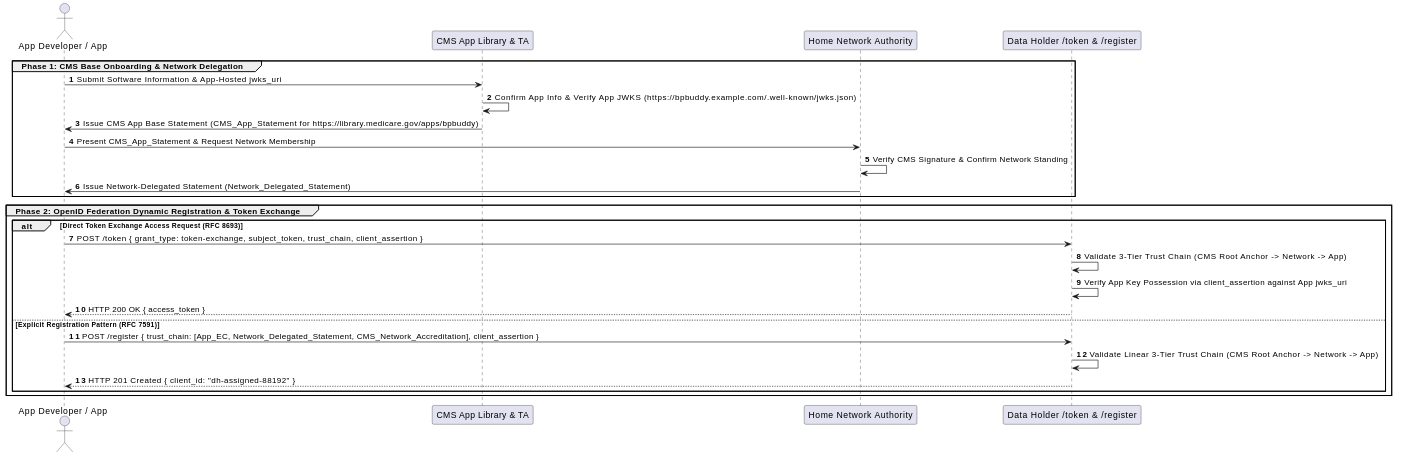
This is input/images/registration-openid-federation.svg from alex-dzeda/can-ig, a PlantUML export, as it was before one commit. The source it was exported from:
```plantuml
@startuml
scale max 1000 width
autonumber
actor "App Developer / App" as App
participant "CMS App Library & TA" as CMS
participant "Home Network Authority" as Network
participant "Data Holder /token & /register" as DH

group Phase 1: CMS Base Onboarding & Network Delegation
App -> CMS: Submit Software Information & App-Hosted jwks_uri
CMS -> CMS: Confirm App Info & Verify App JWKS (https://bpbuddy.example.com/.well-known/jwks.json)
CMS -> App: Issue CMS App Base Statement (CMS_App_Statement for https://library.medicare.gov/apps/bpbuddy)
App -> Network: Present CMS_App_Statement & Request Network Membership
Network -> Network: Verify CMS Signature & Confirm Network Standing
Network -> App: Issue Network-Delegated Statement (Network_Delegated_Statement)
end

group Phase 2: OpenID Federation Dynamic Registration & Token Exchange
alt Direct Token Exchange Access Request (RFC 8693)
App -> DH: POST /token { grant_type: token-exchange, subject_token, trust_chain, client_assertion }
DH -> DH: Validate 3-Tier Trust Chain (CMS Root Anchor -> Network -> App)
DH -> DH: Verify App Key Possession via client_assertion against App jwks_uri
DH --> App: HTTP 200 OK { access_token }
else Explicit Registration Pattern (RFC 7591)
App -> DH: POST /register { trust_chain: [App_EC, Network_Delegated_Statement, CMS_Network_Accreditation], client_assertion }
DH -> DH: Validate Linear 3-Tier Trust Chain (CMS Root Anchor -> Network -> App)
DH --> App: HTTP 201 Created { client_id: "dh-assigned-88192" }
end
end
@enduml
```
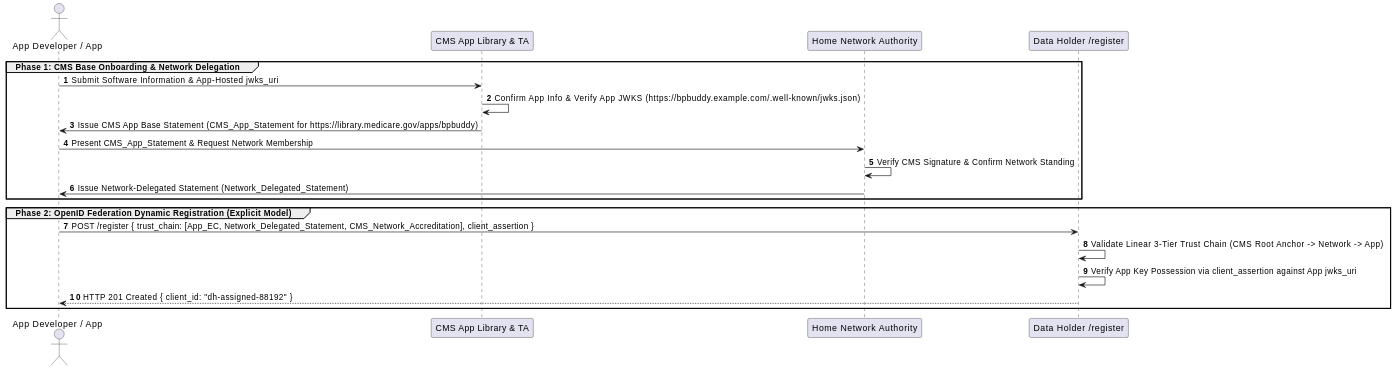
After the commit.

Diff of the diagram source:
```diff
@@ -4,7 +4,7 @@
 actor "App Developer / App" as App
 participant "CMS App Library & TA" as CMS
 participant "Home Network Authority" as Network
-participant "Data Holder /token & /register" as DH
+participant "Data Holder /register" as DH
 
 group Phase 1: CMS Base Onboarding & Network Delegation
 App -> CMS: Submit Software Information & App-Hosted jwks_uri
@@ -15,16 +15,10 @@
 Network -> App: Issue Network-Delegated Statement (Network_Delegated_Statement)
 end
 
-group Phase 2: OpenID Federation Dynamic Registration & Token Exchange
-alt Direct Token Exchange Access Request (RFC 8693)
-App -> DH: POST /token { grant_type: token-exchange, subject_token, trust_chain, client_assertion }
-DH -> DH: Validate 3-Tier Trust Chain (CMS Root Anchor -> Network -> App)
-DH -> DH: Verify App Key Possession via client_assertion against App jwks_uri
-DH --> App: HTTP 200 OK { access_token }
-else Explicit Registration Pattern (RFC 7591)
+group Phase 2: OpenID Federation Dynamic Registration (Explicit Model)
 App -> DH: POST /register { trust_chain: [App_EC, Network_Delegated_Statement, CMS_Network_Accreditation], client_assertion }
 DH -> DH: Validate Linear 3-Tier Trust Chain (CMS Root Anchor -> Network -> App)
+DH -> DH: Verify App Key Possession via client_assertion against App jwks_uri
 DH --> App: HTTP 201 Created { client_id: "dh-assigned-88192" }
 end
-end
 @enduml
```
